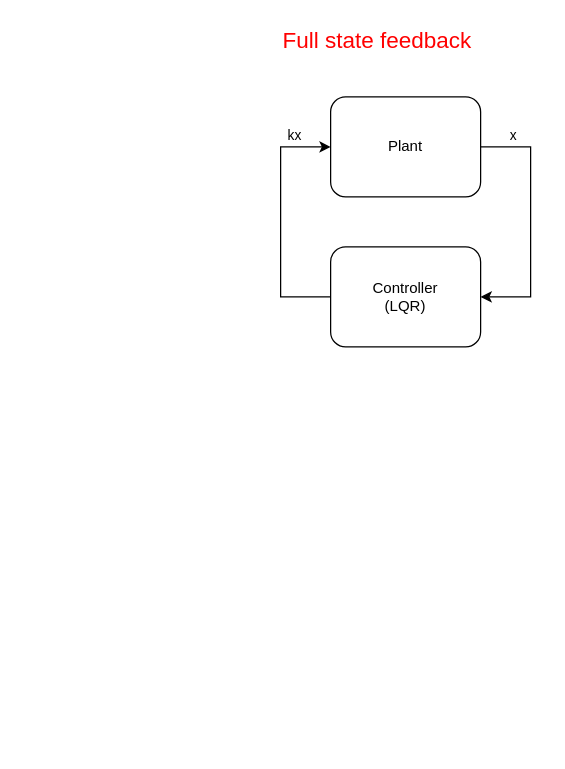
Earlier version of the draw.io diagram 00_repo_target_content/controlSystemsTestDiagram.drawio (asitkumar47/asitk). Source tidied: cells renumbered, new cells numbered last; positions are measured from the earlier drawing's top-left corner, leaving out a move shared by most shapes. Both pictures are drawn from the tidied source at 125%, with x=0, y=0 at pixel (280, 21).
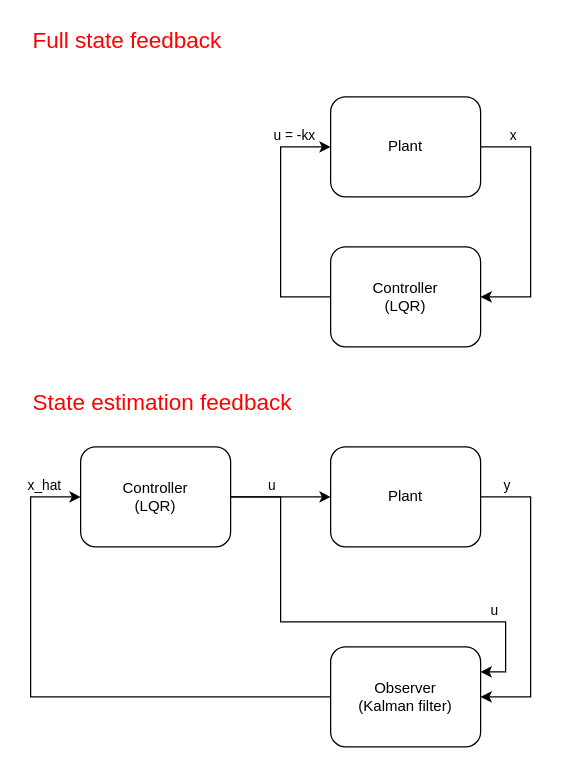
After the change.

Commit message:
added observer feedback to controlSystemsTestDiagram.drawio

Unchanged cells that the change refers to:
```xml
<mxCell id="6" style="edgeStyle=orthogonalEdgeStyle;rounded=0;jettySize=auto;html=1;exitX=0;exitY=0.5;exitDx=0;exitDy=0;entryX=0;entryY=0.5;entryDx=0;entryDy=0;" parent="1" edge="1" source="5" target="4">
  <mxGeometry relative="1" as="geometry">
    <Array as="points">
      <mxPoint y="220" />
      <mxPoint y="100" />
    </Array>
  </mxGeometry>
</mxCell>
```

Change to the diagram source:
```diff
@@
-    <mxCell id="7" value="kx" style="edgeLabel;html=1;align=center;verticalAlign=middle;" parent="6" vertex="1">
+    <mxCell id="7" value="u = -kx" style="edgeLabel;html=1;align=center;verticalAlign=middle;" parent="6" vertex="1">
       <mxGeometry x="-0.13" relative="1" as="geometry">
         <mxPoint x="10" y="-83" as="offset" />
       </mxGeometry>
     </mxCell>
     <mxCell id="8" value="Full state feedback" style="text;html=1;align=left;verticalAlign=middle;whiteSpace=wrap;rounded=0;fontSize=18;fontColor=#FF0000;" parent="1" vertex="1">
-      <mxGeometry width="210" height="30" as="geometry" />
+      <mxGeometry x="-200" width="210" height="30" as="geometry" />
     </mxCell>
+    <mxCell id="9" style="edgeStyle=orthogonalEdgeStyle;rounded=0;jettySize=auto;html=1;exitX=1;exitY=0.5;exitDx=0;exitDy=0;entryX=1;entryY=0.5;entryDx=0;entryDy=0;" parent="1" edge="1" source="11" target="14">
+      <mxGeometry relative="1" as="geometry">
+        <Array as="points">
+          <mxPoint x="200" y="380" />
+          <mxPoint x="200" y="540" />
+        </Array>
+      </mxGeometry>
+    </mxCell>
+    <mxCell id="10" value="y" style="edgeLabel;html=1;align=center;verticalAlign=middle;" parent="9" vertex="1">
+      <mxGeometry x="-0.7" relative="1" as="geometry">
+        <mxPoint x="-16" y="-10" as="offset" />
+      </mxGeometry>
+    </mxCell>
+    <mxCell id="11" value="Plant" style="rounded=1;whiteSpace=wrap;html=1;" parent="1" vertex="1">
+      <mxGeometry x="40" y="340" width="120" height="80" as="geometry" />
+    </mxCell>
+    <mxCell id="12" style="edgeStyle=orthogonalEdgeStyle;rounded=0;jettySize=auto;html=1;exitX=0;exitY=0.5;exitDx=0;exitDy=0;entryX=0;entryY=0.5;entryDx=0;entryDy=0;" parent="1" edge="1" source="14" target="19">
+      <mxGeometry relative="1" as="geometry">
+        <Array as="points">
+          <mxPoint x="-200" y="540" />
+          <mxPoint x="-200" y="380" />
+        </Array>
+      </mxGeometry>
+    </mxCell>
+    <mxCell id="13" value="x_hat" style="edgeLabel;html=1;align=center;verticalAlign=middle;" parent="12" vertex="1">
+      <mxGeometry x="0.9" y="-2" relative="1" as="geometry">
+        <mxPoint x="-8" y="-12" as="offset" />
+      </mxGeometry>
+    </mxCell>
+    <mxCell id="14" value="Observer&lt;br&gt;(Kalman filter)" style="rounded=1;whiteSpace=wrap;html=1;" parent="1" vertex="1">
+      <mxGeometry x="40" y="500" width="120" height="80" as="geometry" />
+    </mxCell>
+    <mxCell id="15" style="edgeStyle=orthogonalEdgeStyle;rounded=0;jettySize=auto;html=1;exitX=1;exitY=0.5;exitDx=0;exitDy=0;entryX=0;entryY=0.5;entryDx=0;entryDy=0;" parent="1" edge="1" source="19" target="11">
+      <mxGeometry relative="1" as="geometry" />
+    </mxCell>
+    <mxCell id="16" value="u" style="edgeLabel;html=1;align=center;verticalAlign=middle;" parent="15" vertex="1">
+      <mxGeometry x="-0.2" y="-1" relative="1" as="geometry">
+        <mxPoint y="-11" as="offset" />
+      </mxGeometry>
+    </mxCell>
+    <mxCell id="17" style="edgeStyle=orthogonalEdgeStyle;rounded=0;jettySize=auto;html=1;exitX=1;exitY=0.5;exitDx=0;exitDy=0;entryX=1;entryY=0.25;entryDx=0;entryDy=0;" parent="1" edge="1" source="19" target="14">
+      <mxGeometry relative="1" as="geometry">
+        <Array as="points">
+          <mxPoint y="380" />
+          <mxPoint y="480" />
+          <mxPoint x="180" y="480" />
+          <mxPoint x="180" y="520" />
+        </Array>
+      </mxGeometry>
+    </mxCell>
+    <mxCell id="18" value="u" style="edgeLabel;html=1;align=center;verticalAlign=middle;" parent="17" vertex="1">
+      <mxGeometry x="0.78" y="1" relative="1" as="geometry">
+        <mxPoint x="-11" y="-28" as="offset" />
+      </mxGeometry>
+    </mxCell>
+    <mxCell id="19" value="Controller&lt;br&gt;(LQR)" style="rounded=1;whiteSpace=wrap;html=1;" parent="1" vertex="1">
+      <mxGeometry x="-160" y="340" width="120" height="80" as="geometry" />
+    </mxCell>
+    <mxCell id="20" value="State estimation feedback" style="text;html=1;align=left;verticalAlign=middle;whiteSpace=wrap;rounded=0;fontSize=18;fontColor=#FF0000;" parent="1" vertex="1">
+      <mxGeometry x="-200" y="290" width="210" height="30" as="geometry" />
+    </mxCell>
```
